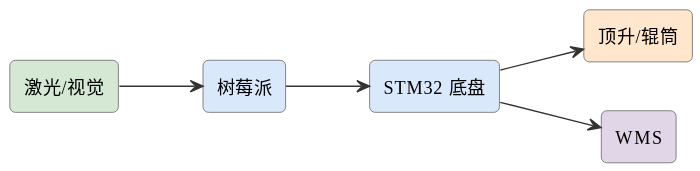
Before: assets/diagrams/ideas-fig114.svg, a diagram exported from PlantUML (mingyi0818/IntelligentMcuCourse).
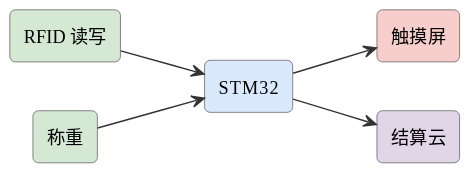
Above is the later version.

The edit, as a diff of the source:
```diff
@@ -6,13 +6,13 @@
 skinparam arrowFontSize 11
 skinparam arrowColor #333
 left to right direction
-rectangle "激光/视觉" as nav #d5e8d4
-rectangle "树莓派" as pi #dae8fc
-rectangle "STM32 底盘" as stm #dae8fc
-rectangle "顶升/辊筒" as lift #ffe6cc
-rectangle "WMS" as wms #e1d5e8
-nav --> pi
-pi --> stm
-stm --> lift
-stm --> wms
+rectangle "RFID 读写" as rfid #d5e8d4
+rectangle "称重" as w #d5e8d4
+rectangle "STM32" as stm #dae8fc
+rectangle "触摸屏" as scr #f8cecc
+rectangle "结算云" as cloud #e1d5e8
+rfid --> stm
+w --> stm
+stm --> scr
+stm --> cloud
 @enduml
```
